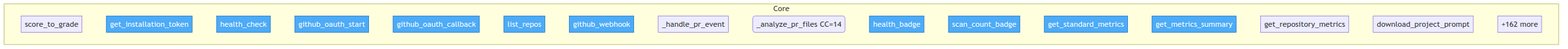
Earlier version of the Mermaid export project/flow.png (semcod/www). Its source is kept beside it as project/flow.mmd.
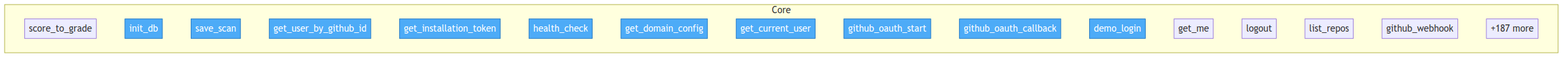
Later version of the same file.

Diff of the diagram source:
```diff
@@ -4,21 +4,21 @@
 
     subgraph Core
         backend__services__scoring__score_to_grade["score_to_grade"]
+        backend__database__init_db["init_db"]
+        backend__database__save_scan["save_scan"]
+        backend__database__get_user_by_github_id["get_user_by_github_id"]
         backend__services__github_client__get_installation_token["get_installation_token"]
-        backend__server__health_check["health_check"]
+        backend__routers__system__health_check["health_check"]
+        backend__routers__system__get_domain_config["get_domain_config"]
+        backend__routers__auth__get_current_user["get_current_user"]
         backend__routers__auth__github_oauth_start["github_oauth_start"]
         backend__routers__auth__github_oauth_callback["github_oauth_callback"]
+        backend__routers__auth__demo_login["demo_login"]
+        backend__routers__auth__get_me["get_me"]
+        backend__routers__auth__logout["logout"]
         backend__routers__auth__list_repos["list_repos"]
         backend__routers__webhook__github_webhook["github_webhook"]
-        backend__routers__webhook___handle_pr_event["_handle_pr_event"]
-        backend__routers__webhook___analyze_pr_files("_analyze_pr_files CC=14")
-        backend__routers__badge__health_badge["health_badge"]
-        backend__routers__badge__scan_count_badge["scan_count_badge"]
-        backend__routers__metrics__get_standard_metrics["get_standard_metrics"]
-        backend__routers__metrics__get_metrics_summary["get_metrics_summary"]
-        backend__routers__metrics__get_repository_metrics["get_repository_metrics"]
-        backend__routers__metrics__download_project_prompt["download_project_prompt"]
-        ...["+162 more"]
+        ...["+187 more"]
     end
 
-    class backend__services__github_client__get_installation_token,backend__server__health_check,backend__routers__auth__github_oauth_start,backend__routers__auth__github_oauth_callback,backend__routers__auth__list_repos,backend__routers__webhook__github_webhook,backend__routers__badge__health_badge,backend__routers__badge__scan_count_badge,backend__routers__metrics__get_standard_metrics,backend__routers__metrics__get_metrics_summary entry
+    class backend__database__init_db,backend__database__save_scan,backend__database__get_user_by_github_id,backend__services__github_client__get_installation_token,backend__routers__system__health_check,backend__routers__system__get_domain_config,backend__routers__auth__get_current_user,backend__routers__auth__github_oauth_start,backend__routers__auth__github_oauth_callback,backend__routers__auth__demo_login entry
```
